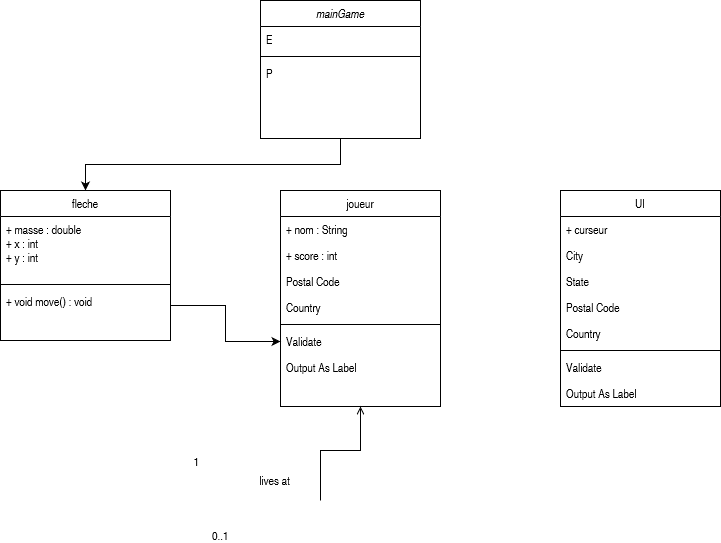
Earlier version of the draw.io export UMLDiagram.png (vbard1/mini-projet-2). Source tidied: cells renumbered, new cells last; positions are measured from the earlier drawing's top-left corner, leaving out a move shared by most shapes.
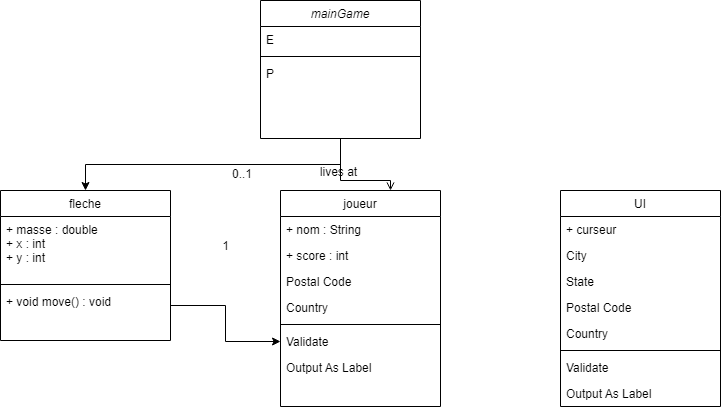
The same file after the commit.

The edit, as a diff of the source:
```diff
@@ -53,10 +53,10 @@
     <mxCell id="18" value="Output As Label" style="text;align=left;verticalAlign=top;spacingLeft=4;spacingRight=4;overflow=hidden;" parent="11" vertex="1">
       <mxGeometry y="164" width="160" height="26" as="geometry" />
     </mxCell>
-    <mxCell id="19" style="endArrow=open;shadow=0;strokeWidth=1;rounded=0;endFill=1;edgeStyle=elbowEdgeStyle;elbow=vertical;" parent="1" edge="1" target="11">
+    <mxCell id="19" style="endArrow=open;shadow=0;strokeWidth=1;rounded=0;endFill=1;edgeStyle=elbowEdgeStyle;elbow=vertical;exitX=0.5;exitY=1;exitDx=0;exitDy=0;" parent="1" edge="1" source="3" target="11">
       <mxGeometry x="0.5" y="41" relative="1" as="geometry">
-        <mxPoint x="320" y="500" as="sourcePoint" />
         <Array as="points">
+          <mxPoint x="390" y="180" />
           <mxPoint x="460" y="450" />
           <mxPoint x="530" y="500" />
           <mxPoint x="350" y="480" />
```
